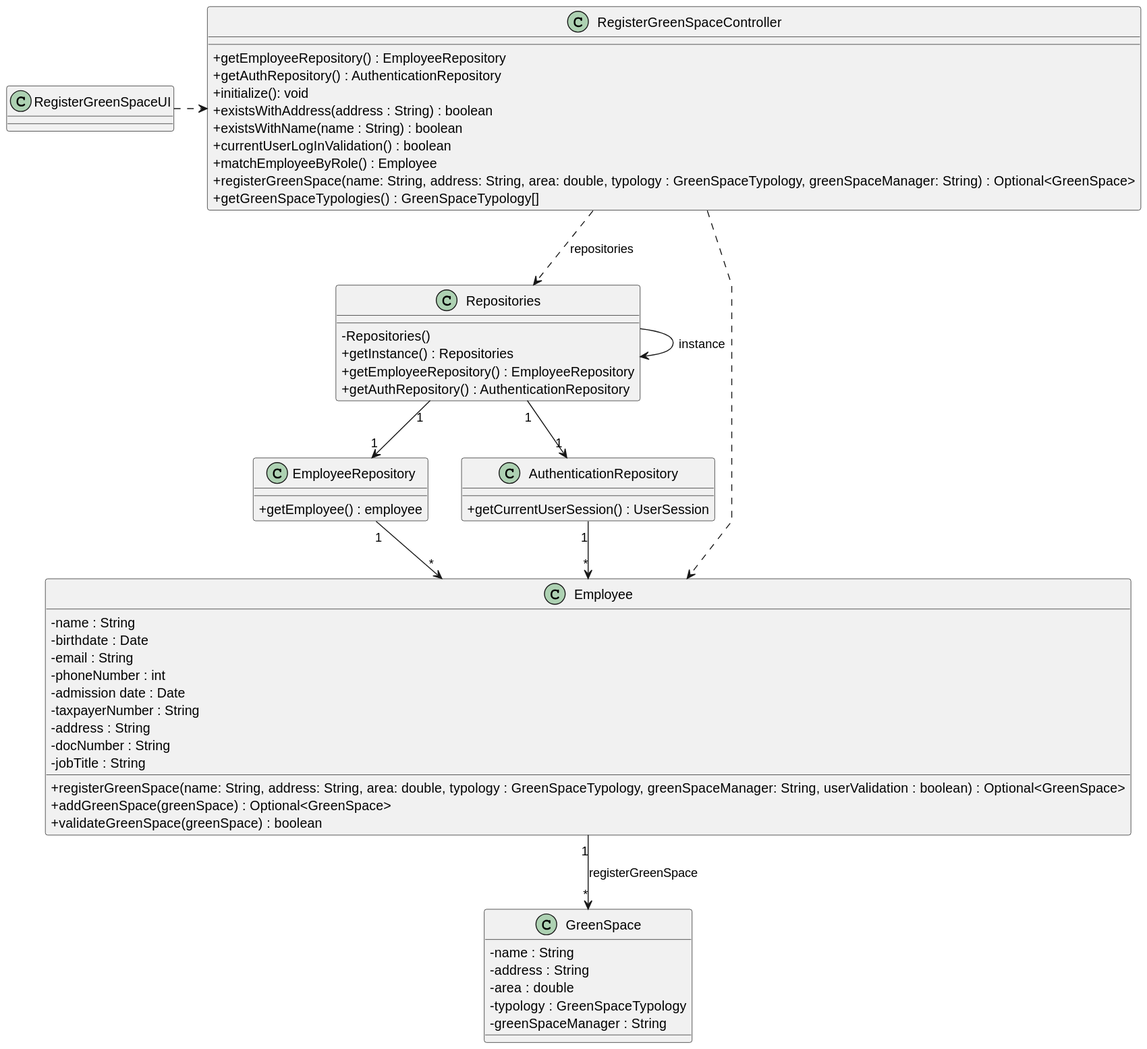
LopemigueISEP/lei-24-s2-1nb-g312 keeps this PlantUML diagram as docs/sprintC/US020/03.design/svg/us020-class-diagram.svg. Above is the earlier version.
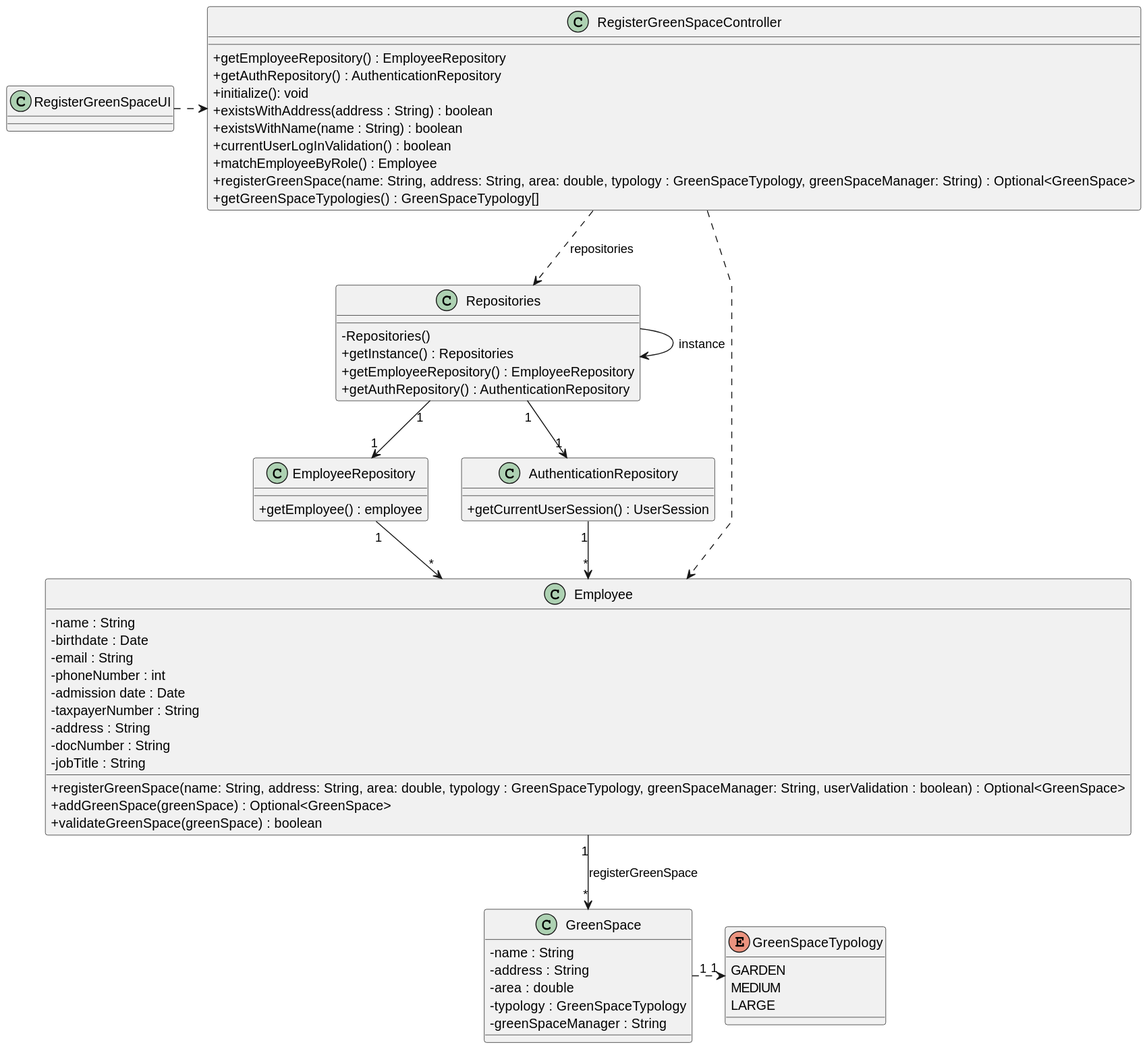
The same diagram one commit later.

Change to the diagram source:
```diff
@@ -62,7 +62,11 @@
         - greenSpaceManager : String
 }
 
-
+enum GreenSpaceTypology {
+    GARDEN
+MEDIUM
+LARGE
+}
 
 
 
@@ -75,4 +79,5 @@
 Employee "1" --> "*" GreenSpace : registerGreenSpace
 Repositories "1" --> "1" EmployeeRepository
 Repositories "1" --> "1" AuthenticationRepository
+GreenSpace "1" .> "1" GreenSpaceTypology
 @enduml
```
